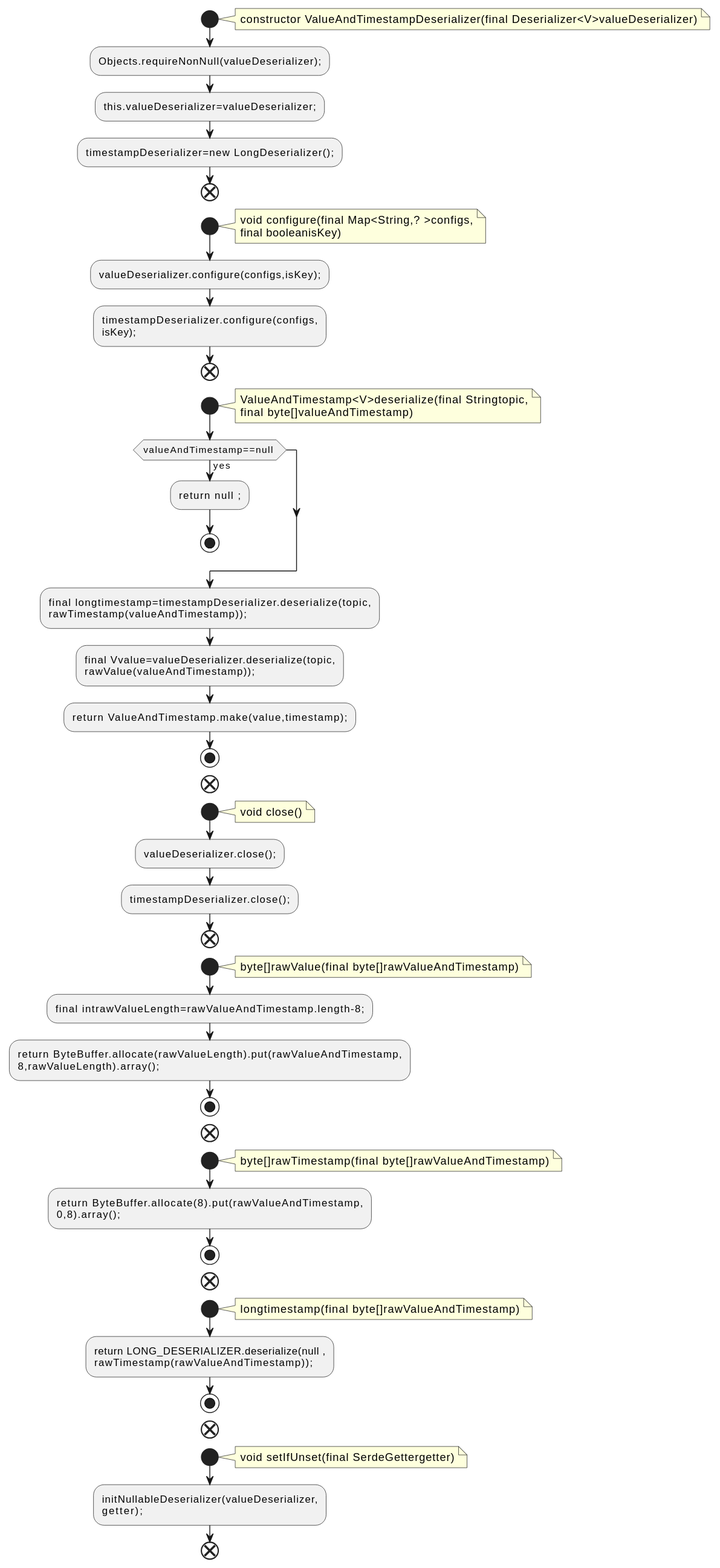
Before: docs/qc/streams/src/main/java/org/apache/kafka/streams/state/internals/ValueAndTimestampDeserializer.java.fct.svg, a diagram exported from PlantUML (qualitesys/kafka). Source of this version:
```plantuml
@startuml
!pragma layout smetana
start
note right
constructor ValueAndTimestampDeserializer(final Deserializer<V>valueDeserializer)
end note
:Objects.requireNonNull(valueDeserializer);;
:this.valueDeserializer=valueDeserializer;;
:timestampDeserializer=new LongDeserializer();;
end
start
note right
void configure(final Map<String,? >configs,
final booleanisKey)
end note
:valueDeserializer.configure(configs,isKey);;
:timestampDeserializer.configure(configs,
isKey);;
end
start
note right
ValueAndTimestamp<V>deserialize(final Stringtopic,
final byte[]valueAndTimestamp)
end note
if (valueAndTimestamp==null ) then (yes)
:return null ;;
stop
endif
:final longtimestamp=timestampDeserializer.deserialize(topic,
rawTimestamp(valueAndTimestamp));;
:final Vvalue=valueDeserializer.deserialize(topic,
rawValue(valueAndTimestamp));;
:return ValueAndTimestamp.make(value,timestamp);;
stop
end
start
note right
void close()
end note
:valueDeserializer.close();;
:timestampDeserializer.close();;
end
start
note right
byte[]rawValue(final byte[]rawValueAndTimestamp)
end note
:final intrawValueLength=rawValueAndTimestamp.length-8;;
:return ByteBuffer.allocate(rawValueLength).put(rawValueAndTimestamp,
8,rawValueLength).array();;
stop
end
start
note right
byte[]rawTimestamp(final byte[]rawValueAndTimestamp)
end note
:return ByteBuffer.allocate(8).put(rawValueAndTimestamp,
0,8).array();;
stop
end
start
note right
longtimestamp(final byte[]rawValueAndTimestamp)
end note
:return LONG_DESERIALIZER.deserialize(null ,
rawTimestamp(rawValueAndTimestamp));;
stop
end
start
note right
void setIfUnset(final SerdeGettergetter)
end note
:initNullableDeserializer(valueDeserializer,
getter);;
end
@enduml
```
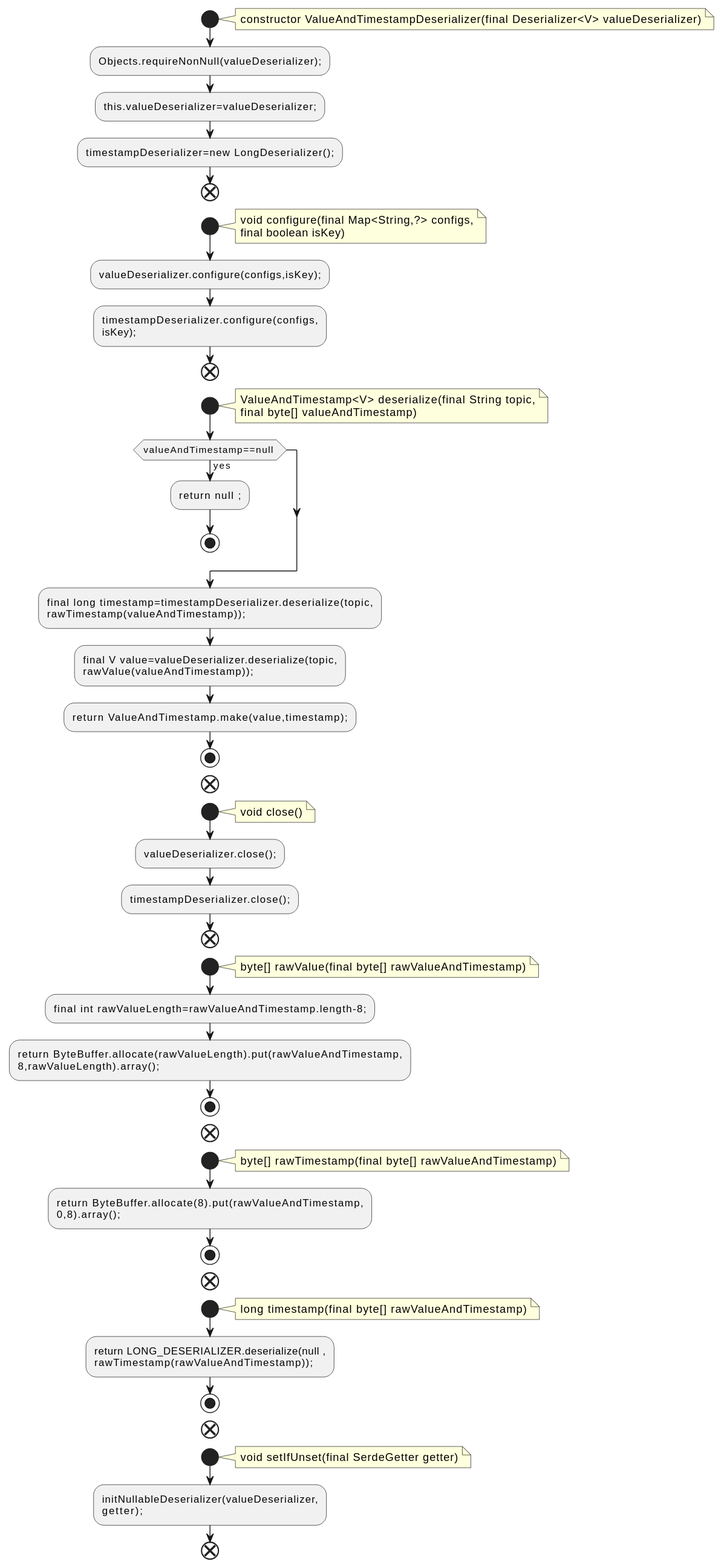
Above is the later version.

The edit, as a diff of the source:
```diff
@@ -2,7 +2,7 @@
 !pragma layout smetana
 start
 note right
-constructor ValueAndTimestampDeserializer(final Deserializer<V>valueDeserializer)
+constructor ValueAndTimestampDeserializer(final Deserializer<V> valueDeserializer)
 end note
 :Objects.requireNonNull(valueDeserializer);;
 :this.valueDeserializer=valueDeserializer;;
@@ -10,8 +10,8 @@
 end
 start
 note right
-void configure(final Map<String,? >configs,
-final booleanisKey)
+void configure(final Map<String,?> configs,
+final boolean isKey)
 end note
 :valueDeserializer.configure(configs,isKey);;
 :timestampDeserializer.configure(configs,
@@ -19,16 +19,16 @@
 end
 start
 note right
-ValueAndTimestamp<V>deserialize(final Stringtopic,
-final byte[]valueAndTimestamp)
+ValueAndTimestamp<V> deserialize(final String topic,
+final byte[] valueAndTimestamp)
 end note
 if (valueAndTimestamp==null ) then (yes)
 :return null ;;
 stop
 endif
-:final longtimestamp=timestampDeserializer.deserialize(topic,
+:final long timestamp=timestampDeserializer.deserialize(topic,
 rawTimestamp(valueAndTimestamp));;
-:final Vvalue=valueDeserializer.deserialize(topic,
+:final V value=valueDeserializer.deserialize(topic,
 rawValue(valueAndTimestamp));;
 :return ValueAndTimestamp.make(value,timestamp);;
 stop
@@ -42,16 +42,16 @@
 end
 start
 note right
-byte[]rawValue(final byte[]rawValueAndTimestamp)
+byte[] rawValue(final byte[] rawValueAndTimestamp)
 end note
-:final intrawValueLength=rawValueAndTimestamp.length-8;;
+:final int rawValueLength=rawValueAndTimestamp.length-8;;
 :return ByteBuffer.allocate(rawValueLength).put(rawValueAndTimestamp,
 8,rawValueLength).array();;
 stop
 end
 start
 note right
-byte[]rawTimestamp(final byte[]rawValueAndTimestamp)
+byte[] rawTimestamp(final byte[] rawValueAndTimestamp)
 end note
 :return ByteBuffer.allocate(8).put(rawValueAndTimestamp,
 0,8).array();;
@@ -59,7 +59,7 @@
 end
 start
 note right
-longtimestamp(final byte[]rawValueAndTimestamp)
+long timestamp(final byte[] rawValueAndTimestamp)
 end note
 :return LONG_DESERIALIZER.deserialize(null ,
 rawTimestamp(rawValueAndTimestamp));;
@@ -67,7 +67,7 @@
 end
 start
 note right
-void setIfUnset(final SerdeGettergetter)
+void setIfUnset(final SerdeGetter getter)
 end note
 :initNullableDeserializer(valueDeserializer,
 getter);;
```
